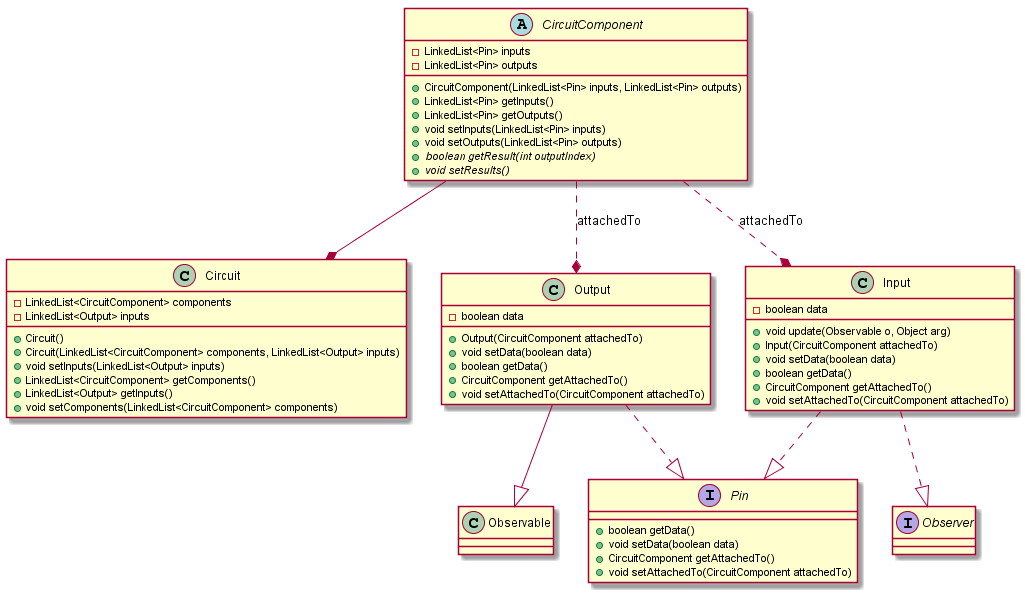
This is doc/UML_diagram_nogates.png from criscola/logic-gates-simulator, a PlantUML export, as it was before one commit. Its diagram source:
```plantuml
@startuml
interface Pin{
	+boolean getData()
	+void setData(boolean data)
	+CircuitComponent getAttachedTo()
	+void setAttachedTo(CircuitComponent attachedTo)
}
abstract class CircuitComponent{
	-LinkedList<Pin> inputs
	-LinkedList<Pin> outputs
	+CircuitComponent(LinkedList<Pin> inputs, LinkedList<Pin> outputs)
	+LinkedList<Pin> getInputs()
	+LinkedList<Pin> getOutputs()
	+void setInputs(LinkedList<Pin> inputs)
	+void setOutputs(LinkedList<Pin> outputs)
	+{abstract} boolean getResult(int outputIndex)
	+{abstract} void setResults()
}

class Circuit{
	-LinkedList<CircuitComponent> components
	-LinkedList<Output> inputs
	+Circuit()
	+Circuit(LinkedList<CircuitComponent> components, LinkedList<Output> inputs)
	+void setInputs(LinkedList<Output> inputs)
	+LinkedList<CircuitComponent> getComponents()
	+LinkedList<Output> getInputs()
	+void setComponents(LinkedList<CircuitComponent> components)
}

class Output{
	-boolean data
	+Output(CircuitComponent attachedTo)
	+void setData(boolean data)
	+boolean getData()
	+CircuitComponent getAttachedTo()
	+void setAttachedTo(CircuitComponent attachedTo)
}
class Input{
	-boolean data
	+void update(Observable o, Object arg)
	+Input(CircuitComponent attachedTo)
	+void setData(boolean data)
	+boolean getData()
	+CircuitComponent getAttachedTo()
	+void setAttachedTo(CircuitComponent attachedTo)
}
CircuitComponent ..* Input : attachedTo
CircuitComponent ..* Output : attachedTo
interface Observer{

}
CircuitComponent --* Circuit
Input ..|> Pin
Input ..|> Observer
Output ..|> Pin
Output --|> Observable
@enduml
```
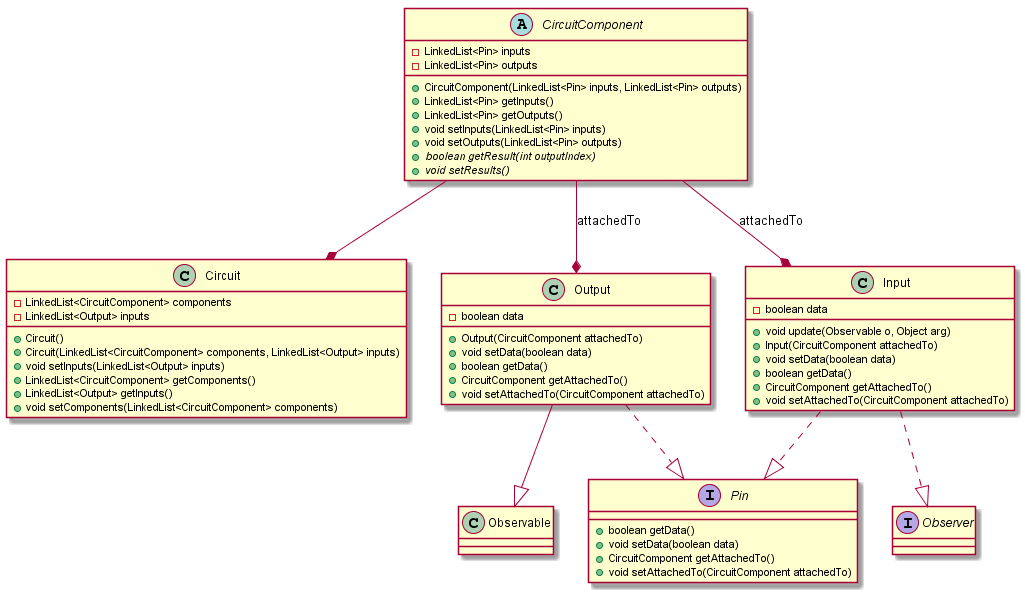
After the change.

The edit, as a diff of the source:
```diff
@@ -45,8 +45,8 @@
 	+CircuitComponent getAttachedTo()
 	+void setAttachedTo(CircuitComponent attachedTo)
 }
-CircuitComponent ..* Input : attachedTo
-CircuitComponent ..* Output : attachedTo
+CircuitComponent --* Input : attachedTo
+CircuitComponent --* Output : attachedTo
 interface Observer{
 
 }
```
